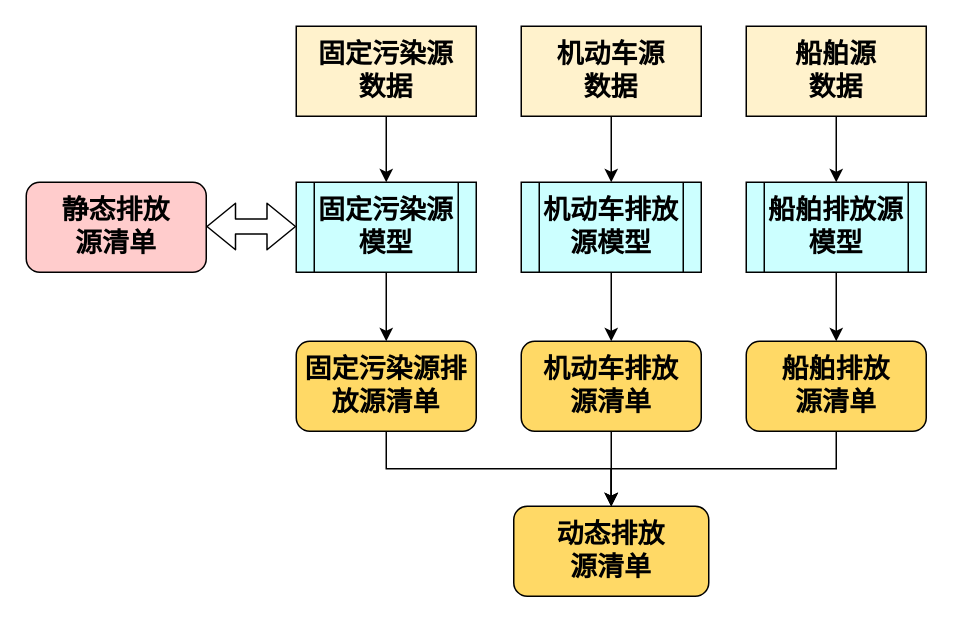
Earlier version of the draw.io diagram 动态源清单内容.drawio (WienWong/Misc). Source tidied: cells renumbered, new cells numbered last; positions are measured from the earlier drawing's top-left corner, leaving out a move shared by most shapes. Both pictures are drawn from the tidied source at 150%, with x=0, y=0 at pixel (26, 26).
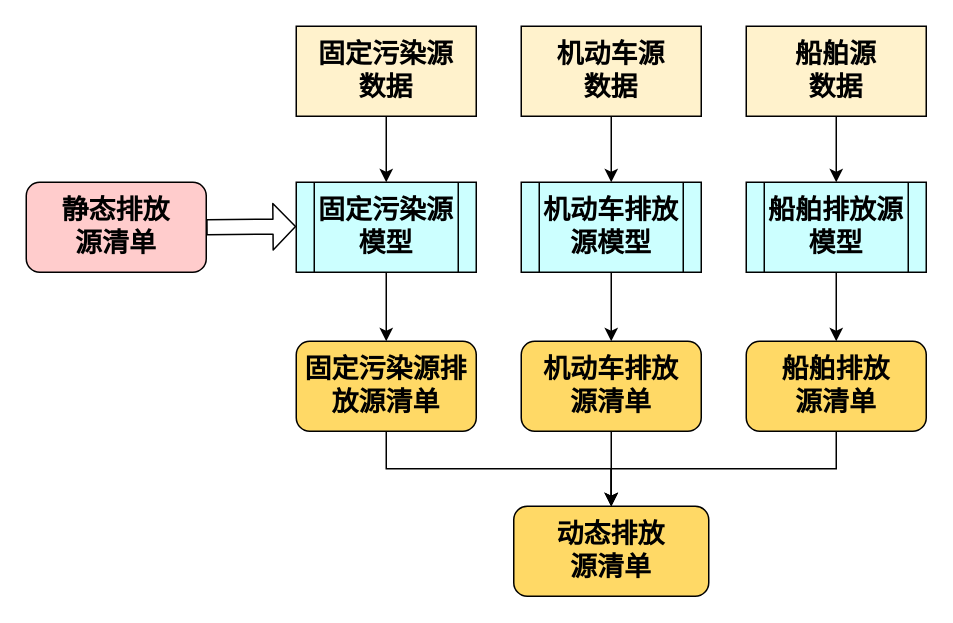
The same diagram, later.

Commit message:
Update 动态源清单内容.drawio

Unchanged cells that the change refers to:
```xml
<mxCell id="9" value="&lt;font style=&quot;font-size: 18px&quot;&gt;&lt;b&gt;静态排放&lt;br&gt;源清单&lt;/b&gt;&lt;/font&gt;" style="rounded=1;whiteSpace=wrap;html=1;fillColor=#FFCCCC;" parent="1" vertex="1">
  <mxGeometry y="104" width="120" height="60" as="geometry" />
</mxCell>
```

Diff of the diagram source:
```diff
@@
-    <mxCell id="16" style="shape=flexArrow;endArrow=classic;startArrow=classic;html=1;" parent="1" edge="1">
-      <mxGeometry relative="1" as="geometry">
-        <mxPoint x="120" y="133.5" as="sourcePoint" />
-        <mxPoint x="180" y="133.5" as="targetPoint" />
-      </mxGeometry>
-    </mxCell>
@@
+    <mxCell id="23" style="shape=flexArrow;endArrow=classic;html=1;width=10;endSize=4.67;exitX=1;exitY=0.5;exitDx=0;exitDy=0;" parent="1" edge="1" source="9">
+      <mxGeometry relative="1" as="geometry">
+        <mxPoint x="180" y="133.5" as="targetPoint" />
+      </mxGeometry>
+    </mxCell>
```
